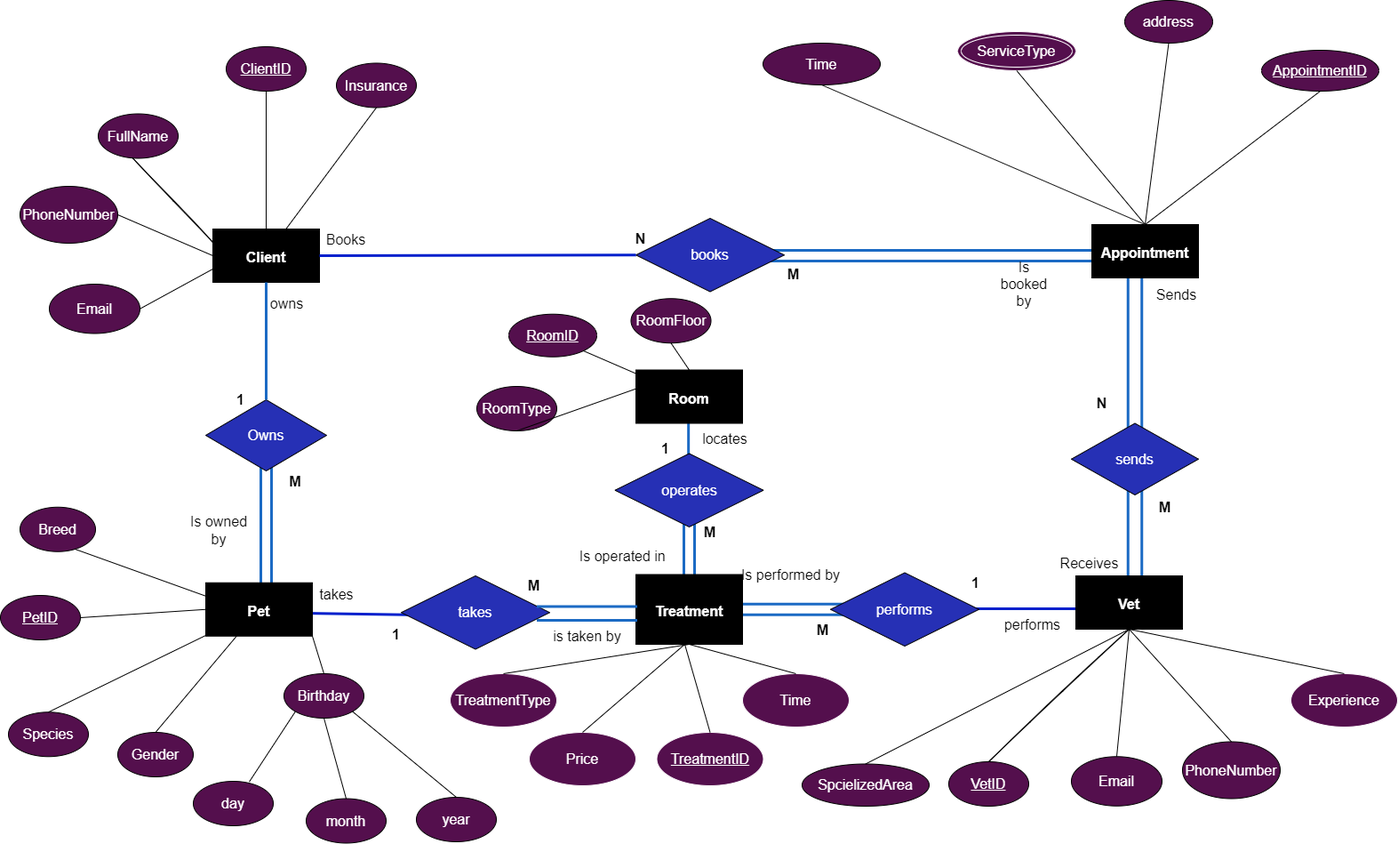
tomztz/SQL-Pet-Clinic keeps this draw.io diagram as PetClinic.drawio.png. Above is the earlier version. Source tidied: cells renumbered, new cells last; positions are measured from the earlier drawing's top-left corner, leaving out a move shared by most shapes.
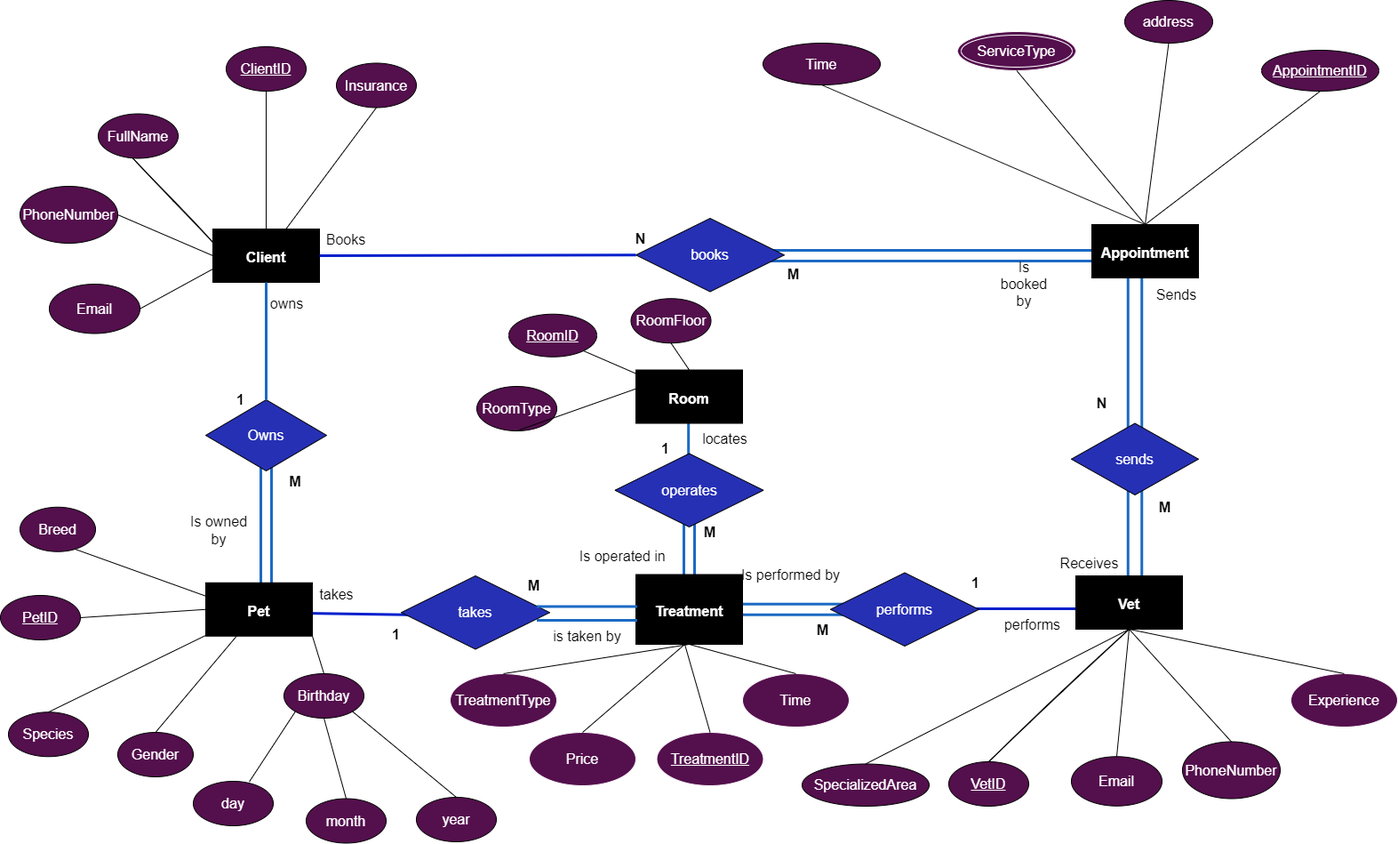
After the change.

The edit, as a diff of the source:
```diff
@@ -206,7 +206,7 @@
     <mxCell id="66" value="Email" style="ellipse;whiteSpace=wrap;html=1;fontSize=16;fontColor=#FFFFFF;fillColor=#540F4D;" parent="1" vertex="1">
       <mxGeometry x="1205" y="850.2" width="102" height="55.5" as="geometry" />
     </mxCell>
-    <mxCell id="67" value="SpcielizedArea" style="ellipse;whiteSpace=wrap;html=1;fontSize=16;fontColor=#FFFFFF;fillColor=#540F4D;" parent="1" vertex="1">
+    <mxCell id="67" value="SpecializedArea" style="ellipse;whiteSpace=wrap;html=1;fontSize=16;fontColor=#FFFFFF;fillColor=#540F4D;" parent="1" vertex="1">
       <mxGeometry x="902" y="858.5" width="143" height="47.5" as="geometry" />
     </mxCell>
     <mxCell id="68" style="edgeStyle=orthogonalEdgeStyle;rounded=0;sketch=0;jumpSize=6;orthogonalLoop=1;jettySize=auto;html=1;exitX=0.5;exitY=1;exitDx=0;exitDy=0;shadow=0;fontSize=16;fontColor=#FFFFFF;startSize=6;endSize=6;sourcePerimeterSpacing=0;targetPerimeterSpacing=0;strokeColor=#000000;strokeWidth=1;" parent="1" edge="1" source="66" target="66">
```
